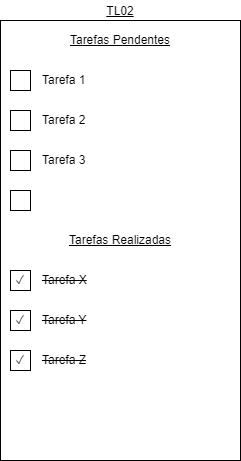
Earlier version of the draw.io export prototipos/TL02.png (Iannarelli/roteiro01). Source tidied: cells renumbered, new cells last; positions are measured from the earlier drawing's top-left corner, leaving out a move shared by most shapes. Source of this version:
```xml
<mxGraphModel>
  <root>
    <mxCell id="0" />
    <mxCell id="1" parent="0" />
    <mxCell id="2" style="rounded=0;whiteSpace=wrap;html=1;" parent="1" vertex="1">
      <mxGeometry y="20" width="240" height="440" as="geometry" />
    </mxCell>
    <mxCell id="3" value="Tarefas Pendentes" style="text;html=1;align=center;verticalAlign=middle;whiteSpace=wrap;rounded=0;fontStyle=4;" parent="1" vertex="1">
      <mxGeometry y="20" width="240" height="40" as="geometry" />
    </mxCell>
    <mxCell id="4" value="Tarefa 1" style="text;html=1;align=left;verticalAlign=middle;whiteSpace=wrap;rounded=0;" parent="1" vertex="1">
      <mxGeometry x="40" y="60" width="180" height="40" as="geometry" />
    </mxCell>
    <mxCell id="5" style="whiteSpace=wrap;html=1;" parent="1" vertex="1">
      <mxGeometry x="10" y="70" width="20" height="20" as="geometry" />
    </mxCell>
    <mxCell id="6" value="Tarefa 2" style="text;html=1;align=left;verticalAlign=middle;whiteSpace=wrap;rounded=0;" parent="1" vertex="1">
      <mxGeometry x="40" y="100" width="180" height="40" as="geometry" />
    </mxCell>
    <mxCell id="7" style="whiteSpace=wrap;html=1;" parent="1" vertex="1">
      <mxGeometry x="10" y="110" width="20" height="20" as="geometry" />
    </mxCell>
    <mxCell id="8" value="Tarefa 3" style="text;html=1;align=left;verticalAlign=middle;whiteSpace=wrap;rounded=0;" parent="1" vertex="1">
      <mxGeometry x="40" y="140" width="180" height="40" as="geometry" />
    </mxCell>
    <mxCell id="9" style="whiteSpace=wrap;html=1;" parent="1" vertex="1">
      <mxGeometry x="10" y="150" width="20" height="20" as="geometry" />
    </mxCell>
    <mxCell id="10" style="whiteSpace=wrap;html=1;" parent="1" vertex="1">
      <mxGeometry x="10" y="190" width="20" height="20" as="geometry" />
    </mxCell>
    <mxCell id="11" value="Tarefas Realizadas" style="text;html=1;align=center;verticalAlign=middle;whiteSpace=wrap;rounded=0;fontStyle=4;" parent="1" vertex="1">
      <mxGeometry y="220" width="240" height="40" as="geometry" />
    </mxCell>
    <mxCell id="12" value="&lt;strike&gt;Tarefa X&lt;/strike&gt;" style="text;html=1;align=left;verticalAlign=middle;whiteSpace=wrap;rounded=0;" parent="1" vertex="1">
      <mxGeometry x="40" y="260" width="180" height="40" as="geometry" />
    </mxCell>
    <mxCell id="13" style="whiteSpace=wrap;html=1;" parent="1" vertex="1">
      <mxGeometry x="10" y="270" width="20" height="20" as="geometry" />
    </mxCell>
    <mxCell id="14" value="&lt;strike&gt;Tarefa Y&lt;/strike&gt;" style="text;html=1;align=left;verticalAlign=middle;whiteSpace=wrap;rounded=0;" parent="1" vertex="1">
      <mxGeometry x="40" y="300" width="180" height="40" as="geometry" />
    </mxCell>
    <mxCell id="15" style="whiteSpace=wrap;html=1;" parent="1" vertex="1">
      <mxGeometry x="10" y="310" width="20" height="20" as="geometry" />
    </mxCell>
    <mxCell id="16" value="&lt;strike&gt;Tarefa Z&lt;/strike&gt;" style="text;html=1;align=left;verticalAlign=middle;whiteSpace=wrap;rounded=0;" parent="1" vertex="1">
      <mxGeometry x="40" y="340" width="180" height="40" as="geometry" />
    </mxCell>
    <mxCell id="17" style="whiteSpace=wrap;html=1;" parent="1" vertex="1">
      <mxGeometry x="10" y="350" width="20" height="20" as="geometry" />
    </mxCell>
    <mxCell id="18" value="✓" style="text;html=1;align=center;verticalAlign=middle;whiteSpace=wrap;rounded=0;" parent="1" vertex="1">
      <mxGeometry x="10" y="270" width="20" height="20" as="geometry" />
    </mxCell>
    <mxCell id="19" value="✓" style="text;html=1;align=center;verticalAlign=middle;whiteSpace=wrap;rounded=0;" parent="1" vertex="1">
      <mxGeometry x="10" y="310" width="20" height="20" as="geometry" />
    </mxCell>
    <mxCell id="20" value="✓" style="text;html=1;align=center;verticalAlign=middle;whiteSpace=wrap;rounded=0;" parent="1" vertex="1">
      <mxGeometry x="10" y="350" width="20" height="20" as="geometry" />
    </mxCell>
    <mxCell id="21" value="TL02" style="text;html=1;align=center;verticalAlign=bottom;whiteSpace=wrap;rounded=0;fontStyle=4;" parent="1" vertex="1">
      <mxGeometry width="240" height="20" as="geometry" />
    </mxCell>
  </root>
</mxGraphModel>
```
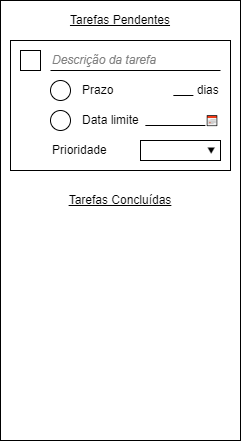
Later version of the same file.

Diff of the diagram source:
```diff
@@ -5,62 +5,44 @@
     <mxCell id="2" style="rounded=0;whiteSpace=wrap;html=1;" parent="1" vertex="1">
       <mxGeometry y="20" width="240" height="440" as="geometry" />
     </mxCell>
-    <mxCell id="3" value="Tarefas Pendentes" style="text;html=1;align=center;verticalAlign=middle;whiteSpace=wrap;rounded=0;fontStyle=4;" parent="1" vertex="1">
-      <mxGeometry y="20" width="240" height="40" as="geometry" />
+    <mxCell id="3" style="rounded=0;whiteSpace=wrap;html=1;fontColor=default;" parent="1" vertex="1">
+      <mxGeometry x="10" y="60" width="220" height="130" as="geometry" />
     </mxCell>
-    <mxCell id="4" value="Tarefa 1" style="text;html=1;align=left;verticalAlign=middle;whiteSpace=wrap;rounded=0;" parent="1" vertex="1">
-      <mxGeometry x="40" y="60" width="180" height="40" as="geometry" />
+    <mxCell id="4" value="Tarefas Pendentes" style="text;html=1;align=center;verticalAlign=middle;whiteSpace=wrap;rounded=0;fontStyle=4;fontColor=default;" parent="1" vertex="1">
+      <mxGeometry y="20" width="240" height="40" as="geometry" />
     </mxCell>
-    <mxCell id="5" style="whiteSpace=wrap;html=1;" parent="1" vertex="1">
-      <mxGeometry x="10" y="70" width="20" height="20" as="geometry" />
+    <mxCell id="5" style="whiteSpace=wrap;html=1;fontColor=default;" parent="1" vertex="1">
+      <mxGeometry x="20" y="70" width="20" height="20" as="geometry" />
     </mxCell>
-    <mxCell id="6" value="Tarefa 2" style="text;html=1;align=left;verticalAlign=middle;whiteSpace=wrap;rounded=0;" parent="1" vertex="1">
-      <mxGeometry x="40" y="100" width="180" height="40" as="geometry" />
+    <mxCell id="6" value="Tarefas Concluídas" style="text;html=1;align=center;verticalAlign=middle;whiteSpace=wrap;rounded=0;fontStyle=4;fontColor=default;" parent="1" vertex="1">
+      <mxGeometry y="200" width="240" height="40" as="geometry" />
     </mxCell>
-    <mxCell id="7" style="whiteSpace=wrap;html=1;" parent="1" vertex="1">
-      <mxGeometry x="10" y="110" width="20" height="20" as="geometry" />
+    <mxCell id="7" value="&lt;span&gt;Descrição da tarefa&lt;/span&gt;" style="text;html=1;align=left;verticalAlign=middle;whiteSpace=wrap;rounded=0;fontStyle=2;fontColor=#808080;" parent="1" vertex="1">
+      <mxGeometry x="50" y="70" width="170" height="20" as="geometry" />
     </mxCell>
-    <mxCell id="8" value="Tarefa 3" style="text;html=1;align=left;verticalAlign=middle;whiteSpace=wrap;rounded=0;" parent="1" vertex="1">
-      <mxGeometry x="40" y="140" width="180" height="40" as="geometry" />
+    <mxCell id="8" style="ellipse;whiteSpace=wrap;html=1;fontColor=default;" parent="1" vertex="1">
+      <mxGeometry x="50" y="100" width="20" height="20" as="geometry" />
     </mxCell>
-    <mxCell id="9" style="whiteSpace=wrap;html=1;" parent="1" vertex="1">
-      <mxGeometry x="10" y="150" width="20" height="20" as="geometry" />
+    <mxCell id="9" value="&lt;span style=&quot;border-color: rgb(0, 0, 0); font-family: Helvetica; font-size: 12px; font-style: normal; font-variant-ligatures: normal; font-variant-caps: normal; font-weight: 400; letter-spacing: normal; orphans: 2; text-align: left; text-indent: 0px; text-transform: none; widows: 2; word-spacing: 0px; -webkit-text-stroke-width: 0px;&quot;&gt;Prazo&amp;nbsp; &amp;nbsp; &amp;nbsp; &amp;nbsp; &amp;nbsp; &amp;nbsp; &amp;nbsp; &amp;nbsp; &amp;nbsp;&amp;nbsp;&lt;/span&gt;&lt;u style=&quot;border-color: rgb(0, 0, 0); font-family: Helvetica; font-size: 12px; font-style: normal; font-variant-ligatures: normal; font-variant-caps: normal; font-weight: 400; letter-spacing: normal; orphans: 2; text-align: left; text-indent: 0px; text-transform: none; widows: 2; word-spacing: 0px; -webkit-text-stroke-width: 0px;&quot;&gt;&amp;nbsp; &amp;nbsp; &amp;nbsp; &lt;/u&gt;&lt;span style=&quot;border-color: rgb(0, 0, 0); font-family: Helvetica; font-size: 12px; font-style: normal; font-variant-ligatures: normal; font-variant-caps: normal; font-weight: 400; letter-spacing: normal; orphans: 2; text-align: left; text-indent: 0px; text-transform: none; widows: 2; word-spacing: 0px; -webkit-text-stroke-width: 0px;&quot;&gt;&amp;nbsp;dias&lt;/span&gt;" style="text;whiteSpace=wrap;html=1;verticalAlign=middle;fontColor=default;" parent="1" vertex="1">
+      <mxGeometry x="80" y="100" width="140" height="20" as="geometry" />
     </mxCell>
-    <mxCell id="10" style="whiteSpace=wrap;html=1;" parent="1" vertex="1">
-      <mxGeometry x="10" y="190" width="20" height="20" as="geometry" />
+    <mxCell id="10" style="ellipse;whiteSpace=wrap;html=1;fontColor=default;" parent="1" vertex="1">
+      <mxGeometry x="50" y="130" width="20" height="20" as="geometry" />
     </mxCell>
-    <mxCell id="11" value="Tarefas Realizadas" style="text;html=1;align=center;verticalAlign=middle;whiteSpace=wrap;rounded=0;fontStyle=4;" parent="1" vertex="1">
-      <mxGeometry y="220" width="240" height="40" as="geometry" />
+    <mxCell id="11" value="&lt;span style=&quot;border-color: rgb(0, 0, 0); font-family: Helvetica; font-size: 12px; font-style: normal; font-variant-ligatures: normal; font-variant-caps: normal; font-weight: 400; letter-spacing: normal; orphans: 2; text-align: left; text-indent: 0px; text-transform: none; widows: 2; word-spacing: 0px; -webkit-text-stroke-width: 0px;&quot;&gt;Data limite&amp;nbsp;&amp;nbsp;&lt;u&gt; &amp;nbsp; &amp;nbsp;&amp;nbsp; &amp;nbsp; &amp;nbsp; &amp;nbsp; &amp;nbsp; &amp;nbsp; &amp;nbsp;&amp;nbsp;&lt;/u&gt;&lt;/span&gt;&lt;span style=&quot;font-family: &amp;quot;Times New Roman&amp;quot;;&quot;&gt;&lt;font style=&quot;font-size: 10px;&quot;&gt;📅&lt;/font&gt;&lt;/span&gt;" style="text;whiteSpace=wrap;html=1;verticalAlign=middle;fontColor=default;" parent="1" vertex="1">
+      <mxGeometry x="80" y="130" width="140" height="20" as="geometry" />
     </mxCell>
-    <mxCell id="12" value="&lt;strike&gt;Tarefa X&lt;/strike&gt;" style="text;html=1;align=left;verticalAlign=middle;whiteSpace=wrap;rounded=0;" parent="1" vertex="1">
-      <mxGeometry x="40" y="260" width="180" height="40" as="geometry" />
+    <mxCell id="12" value="Prioridade" style="text;whiteSpace=wrap;html=1;verticalAlign=middle;fontColor=default;" parent="1" vertex="1">
+      <mxGeometry x="50" y="160" width="80" height="20" as="geometry" />
     </mxCell>
-    <mxCell id="13" style="whiteSpace=wrap;html=1;" parent="1" vertex="1">
-      <mxGeometry x="10" y="270" width="20" height="20" as="geometry" />
+    <mxCell id="13" style="rounded=0;whiteSpace=wrap;html=1;labelBackgroundColor=none;fontSize=12;fontColor=default;" parent="1" vertex="1">
+      <mxGeometry x="140" y="160" width="80" height="20" as="geometry" />
     </mxCell>
-    <mxCell id="14" value="&lt;strike&gt;Tarefa Y&lt;/strike&gt;" style="text;html=1;align=left;verticalAlign=middle;whiteSpace=wrap;rounded=0;" parent="1" vertex="1">
-      <mxGeometry x="40" y="300" width="180" height="40" as="geometry" />
+    <mxCell id="14" value="&lt;span style=&quot;font-family: &amp;quot;Times New Roman&amp;quot;; font-size: 12px;&quot;&gt;⯆&lt;/span&gt;" style="text;whiteSpace=wrap;html=1;verticalAlign=middle;fontColor=default;fontSize=12;align=center;" parent="1" vertex="1">
+      <mxGeometry x="202" y="160" width="18" height="20" as="geometry" />
     </mxCell>
-    <mxCell id="15" style="whiteSpace=wrap;html=1;" parent="1" vertex="1">
-      <mxGeometry x="10" y="310" width="20" height="20" as="geometry" />
+    <mxCell id="15" style="endArrow=none;html=1;fontSize=12;fontColor=default;exitX=0;exitY=1;exitDx=0;exitDy=0;entryX=1;entryY=1;entryDx=0;entryDy=0;" parent="1" edge="1" source="7" target="7">
+      <mxGeometry relative="1" as="geometry" />
     </mxCell>
-    <mxCell id="16" value="&lt;strike&gt;Tarefa Z&lt;/strike&gt;" style="text;html=1;align=left;verticalAlign=middle;whiteSpace=wrap;rounded=0;" parent="1" vertex="1">
-      <mxGeometry x="40" y="340" width="180" height="40" as="geometry" />
-    </mxCell>
-    <mxCell id="17" style="whiteSpace=wrap;html=1;" parent="1" vertex="1">
-      <mxGeometry x="10" y="350" width="20" height="20" as="geometry" />
-    </mxCell>
-    <mxCell id="18" value="✓" style="text;html=1;align=center;verticalAlign=middle;whiteSpace=wrap;rounded=0;" parent="1" vertex="1">
-      <mxGeometry x="10" y="270" width="20" height="20" as="geometry" />
-    </mxCell>
-    <mxCell id="19" value="✓" style="text;html=1;align=center;verticalAlign=middle;whiteSpace=wrap;rounded=0;" parent="1" vertex="1">
-      <mxGeometry x="10" y="310" width="20" height="20" as="geometry" />
-    </mxCell>
-    <mxCell id="20" value="✓" style="text;html=1;align=center;verticalAlign=middle;whiteSpace=wrap;rounded=0;" parent="1" vertex="1">
-      <mxGeometry x="10" y="350" width="20" height="20" as="geometry" />
-    </mxCell>
-    <mxCell id="21" value="TL02" style="text;html=1;align=center;verticalAlign=bottom;whiteSpace=wrap;rounded=0;fontStyle=4;" parent="1" vertex="1">
-      <mxGeometry width="240" height="20" as="geometry" />
-    </mxCell>
   </root>
 </mxGraphModel>
```
